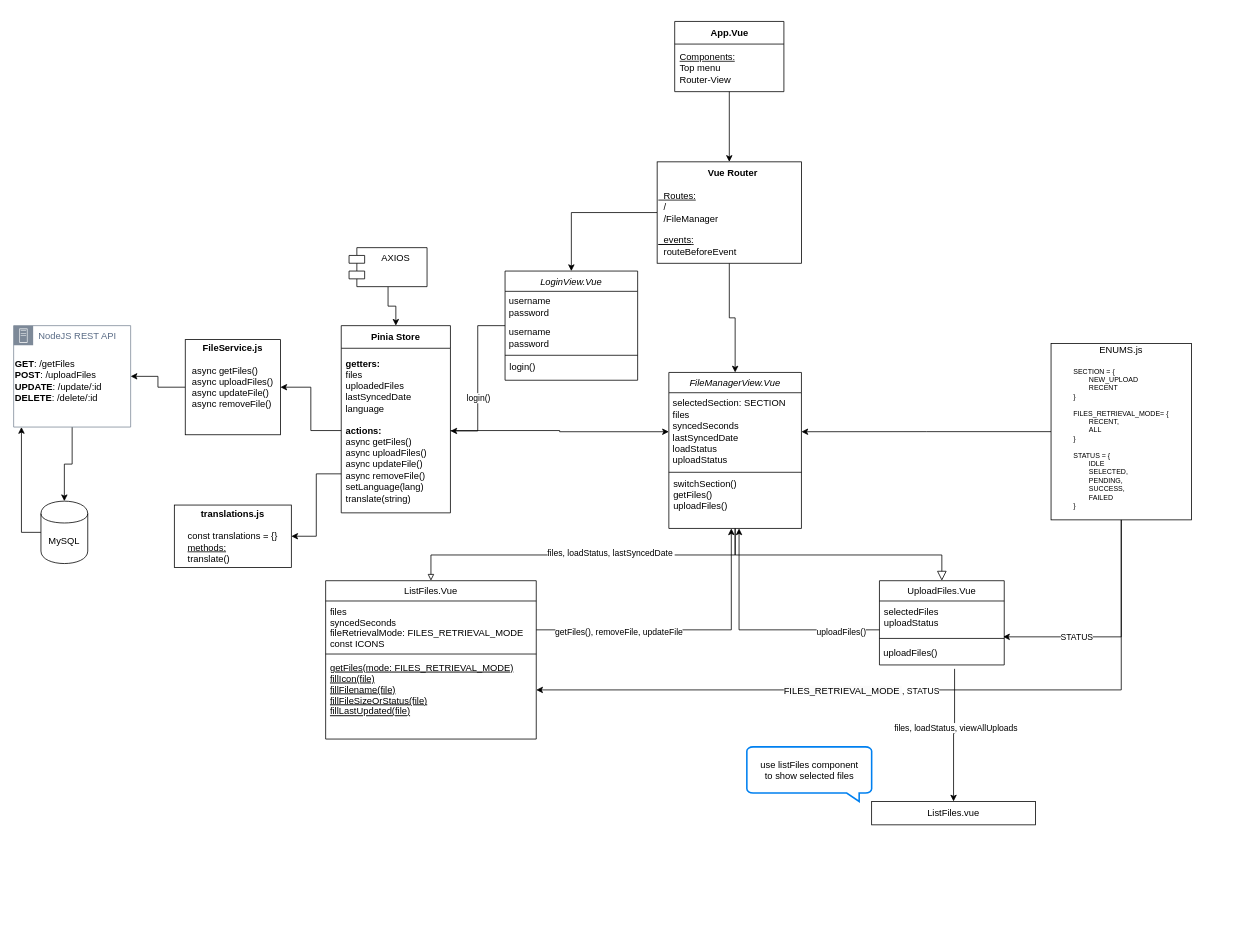
The draw.io diagram Untitled Diagram.drawio in hishamfangs/frontend, before the edit. Source tidied: cells renumbered, new cells numbered last; positions are measured from the earlier drawing's top-left corner, leaving out a move shared by most shapes. Both pictures are drawn from the tidied source at 78%, with x=0, y=0 at pixel (13, 21).
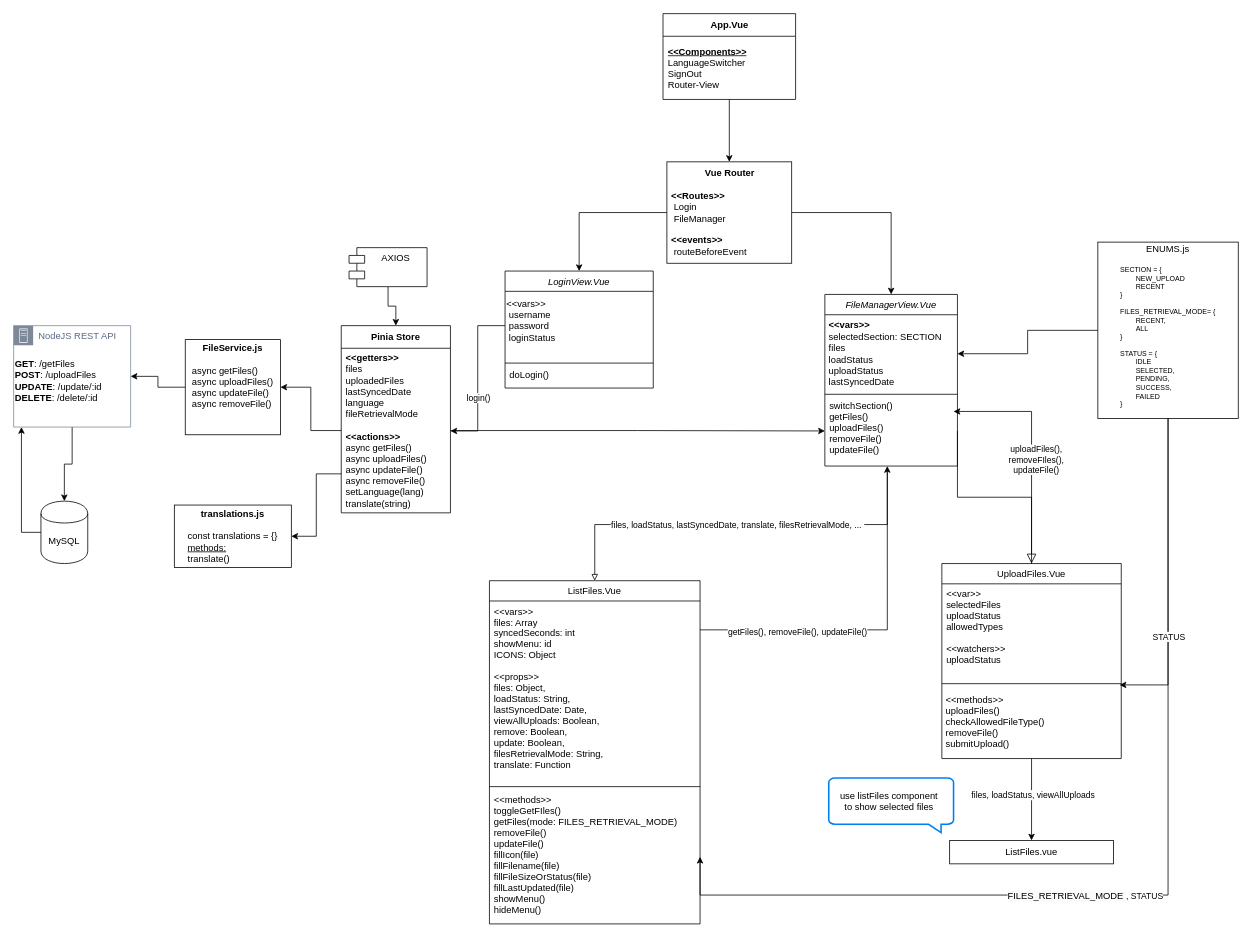
The same diagram, later.

The change refers to these unchanged cells:
```xml
<mxCell id="23" value="Pinia Store" style="swimlane;fontStyle=1;align=center;verticalAlign=middle;horizontal=1;startSize=29;html=1;whiteSpace=wrap;" parent="1" vertex="1">
  <mxGeometry x="420" y="390" width="140" height="240" as="geometry" />
</mxCell>
```

Diff of the diagram source:
```diff
@@
     <mxCell id="2" value="FileManagerView.Vue&#10;&#10;" style="swimlane;fontStyle=2;align=center;verticalAlign=top;horizontal=1;startSize=26;rounded=0;shadow=0;strokeWidth=1;" parent="1" vertex="1">
-      <mxGeometry x="840" y="450" width="170" height="200" as="geometry" />
+      <mxGeometry x="1040" y="350" width="170" height="220" as="geometry" />
     </mxCell>
-    <mxCell id="3" value="&amp;nbsp;selectedSection: SECTION&lt;div&gt;&amp;nbsp;files&lt;/div&gt;&lt;div&gt;&amp;nbsp;syncedSeconds&lt;/div&gt;&lt;div&gt;&amp;nbsp;lastSyncedDate&lt;br&gt;&amp;nbsp;loadStatus&lt;br&gt;&amp;nbsp;uploadStatus&lt;/div&gt;" style="text;html=1;align=left;verticalAlign=middle;points=[];strokeColor=none;fillColor=none;" parent="2" vertex="1">
+    <mxCell id="3" value="&lt;b&gt;&amp;nbsp;&amp;lt;&amp;lt;vars&amp;gt;&amp;gt;&lt;/b&gt;&lt;br&gt;&amp;nbsp;selectedSection: SECTION&lt;div&gt;&amp;nbsp;files&lt;/div&gt;&lt;div&gt;&amp;nbsp;loadStatus&lt;br&gt;&amp;nbsp;uploadStatus&lt;br&gt;&amp;nbsp;lastSyncedDate&lt;br&gt;&lt;/div&gt;" style="text;html=1;align=left;verticalAlign=middle;points=[];strokeColor=none;fillColor=none;" parent="2" vertex="1">
       <mxGeometry y="26" width="170" height="100" as="geometry" />
     </mxCell>
@@
-    <mxCell id="5" value="switchSection()&#10;getFiles()&#10;uploadFiles()&#10;" style="text;align=left;verticalAlign=top;spacingLeft=4;spacingRight=4;overflow=hidden;points=[[0,0.5],[1,0.5]];portConstraint=eastwest;" parent="2" vertex="1">
-      <mxGeometry y="130" width="170" height="70" as="geometry" />
+    <mxCell id="5" value="switchSection()&#10;getFiles()&#10;uploadFiles()&#10;removeFile()&#10;updateFile()&#10;" style="text;align=left;verticalAlign=top;spacingLeft=4;spacingRight=4;overflow=hidden;points=[[0,0.5],[1,0.5]];portConstraint=eastwest;" parent="2" vertex="1">
+      <mxGeometry y="130" width="170" height="90" as="geometry" />
     </mxCell>
     <mxCell id="6" value="ListFiles.Vue" style="swimlane;fontStyle=0;align=center;verticalAlign=top;horizontal=1;startSize=26;rounded=0;shadow=0;strokeWidth=1;" parent="1" vertex="1">
-      <mxGeometry x="400" y="717" width="270" height="203" as="geometry" />
+      <mxGeometry x="610" y="717" width="270" height="440" as="geometry" />
     </mxCell>
-    <mxCell id="7" value="files&#10;syncedSeconds&#10;fileRetrievalMode: FILES_RETRIEVAL_MODE&#10;const ICONS" style="text;align=left;verticalAlign=top;spacingLeft=4;spacingRight=4;overflow=hidden;points=[[0,0.5],[1,0.5]];portConstraint=eastwest;" parent="6" vertex="1">
-      <mxGeometry y="26" width="270" height="64" as="geometry" />
+    <mxCell id="7" value="&lt;&lt;vars&gt;&gt;&#10;files: Array&#10;syncedSeconds: int&#10;showMenu: id&#10;ICONS: Object&#10;&#10;&lt;&lt;props&gt;&gt;&#10;files: Object,&#10;loadStatus: String,&#10;lastSyncedDate: Date,&#10;viewAllUploads: Boolean,&#10;remove: Boolean,&#10;update: Boolean,&#10;filesRetrievalMode: String,&#10;translate: Function&#10;&#10;&#10;" style="text;align=left;verticalAlign=top;spacingLeft=4;spacingRight=4;overflow=hidden;points=[[0,0.5],[1,0.5]];portConstraint=eastwest;fontStyle=0;" parent="6" vertex="1">
+      <mxGeometry y="26" width="270" height="234" as="geometry" />
     </mxCell>
     <mxCell id="8" style="line;html=1;strokeWidth=1;align=left;verticalAlign=middle;spacingTop=-1;spacingLeft=3;spacingRight=3;labelPosition=right;" parent="6" vertex="1">
-      <mxGeometry y="90" width="270" height="8" as="geometry" />
+      <mxGeometry y="260" width="270" height="8" as="geometry" />
     </mxCell>
-    <mxCell id="9" value="getFiles(mode: FILES_RETRIEVAL_MODE)&#10;fillIcon(file)&#10;fillFilename(file)&#10;fillFileSizeOrStatus(file)&#10;fillLastUpdated(file)" style="text;align=left;verticalAlign=top;spacingLeft=4;spacingRight=4;overflow=hidden;points=[[0,0.5],[1,0.5]];portConstraint=eastwest;fontStyle=4;" parent="6" vertex="1">
-      <mxGeometry y="98" width="270" height="84" as="geometry" />
+    <mxCell id="9" value="&lt;&lt;methods&gt;&gt;&#10;toggleGetFIles()&#10;getFiles(mode: FILES_RETRIEVAL_MODE)&#10;removeFile()&#10;updateFile()&#10;fillIcon(file)&#10;fillFilename(file)&#10;fillFileSizeOrStatus(file)&#10;fillLastUpdated(file)&#10;showMenu()&#10;hideMenu()" style="text;align=left;verticalAlign=top;spacingLeft=4;spacingRight=4;overflow=hidden;points=[[0,0.5],[1,0.5]];portConstraint=eastwest;fontStyle=0;" parent="6" vertex="1">
+      <mxGeometry y="268" width="270" height="172" as="geometry" />
     </mxCell>
-    <mxCell id="10" style="endArrow=block;endFill=0;shadow=0;strokeWidth=1;rounded=0;curved=0;edgeStyle=elbowEdgeStyle;elbow=vertical;" parent="1" edge="1" source="2" target="6">
+    <mxCell id="10" style="endArrow=block;endFill=0;shadow=0;strokeWidth=1;rounded=0;curved=0;edgeStyle=elbowEdgeStyle;elbow=vertical;exitX=0.471;exitY=1.033;exitDx=0;exitDy=0;exitPerimeter=0;" parent="1" edge="1" source="5" target="6">
       <mxGeometry relative="1" as="geometry" />
     </mxCell>
-    <mxCell id="11" value="files, loadStatus,&amp;nbsp;lastSyncedDate&amp;nbsp;" style="edgeLabel;html=1;align=center;verticalAlign=middle;" parent="10" vertex="1">
-      <mxGeometry x="-0.15" y="-3" relative="1" as="geometry" />
+    <mxCell id="11" value="files, loadStatus,&amp;nbsp;lastSyncedDate, translate, filesRetrievalMode, ...&amp;nbsp;" style="edgeLabel;html=1;align=center;verticalAlign=middle;" parent="10" vertex="1">
+      <mxGeometry x="-0.15" y="-3" relative="1" as="geometry">
+        <mxPoint x="-44" y="3" as="offset" />
+      </mxGeometry>
     </mxCell>
     <mxCell id="12" value="UploadFiles.Vue" style="swimlane;fontStyle=0;align=center;verticalAlign=top;horizontal=1;startSize=26;rounded=0;shadow=0;strokeWidth=1;" parent="1" vertex="1">
-      <mxGeometry x="1110" y="717" width="160" height="108" as="geometry" />
+      <mxGeometry x="1190" y="695" width="230" height="250" as="geometry" />
     </mxCell>
-    <mxCell id="13" value="selectedFiles&#10;uploadStatus" style="text;align=left;verticalAlign=top;spacingLeft=4;spacingRight=4;overflow=hidden;points=[[0,0.5],[1,0.5]];portConstraint=eastwest;" parent="12" vertex="1">
-      <mxGeometry y="26" width="160" height="44" as="geometry" />
+    <mxCell id="13" value="&lt;&lt;var&gt;&gt;&#10;selectedFiles&#10;uploadStatus&#10;allowedTypes&#10;&#10;&lt;&lt;watchers&gt;&gt;&#10;uploadStatus" style="text;align=left;verticalAlign=top;spacingLeft=4;spacingRight=4;overflow=hidden;points=[[0,0.5],[1,0.5]];portConstraint=eastwest;" parent="12" vertex="1">
+      <mxGeometry y="26" width="230" height="124" as="geometry" />
     </mxCell>
     <mxCell id="14" style="line;html=1;strokeWidth=1;align=left;verticalAlign=middle;spacingTop=-1;spacingLeft=3;spacingRight=3;labelPosition=right;" parent="12" vertex="1">
-      <mxGeometry y="70" width="160" height="8" as="geometry" />
+      <mxGeometry y="150" width="230" height="8" as="geometry" />
     </mxCell>
-    <mxCell id="15" value="&amp;nbsp;uploadFiles()" style="text;html=1;align=left;verticalAlign=middle;points=[];strokeColor=none;fillColor=none;" parent="12" vertex="1">
-      <mxGeometry y="78" width="160" height="30" as="geometry" />
+    <mxCell id="15" value="&amp;nbsp;&amp;lt;&amp;lt;methods&amp;gt;&amp;gt;&lt;br&gt;&amp;nbsp;uploadFiles()&lt;br&gt;&amp;nbsp;checkAllowedFileType()&lt;br&gt;&amp;nbsp;removeFile()&lt;br&gt;&amp;nbsp;submitUpload()" style="text;html=1;align=left;verticalAlign=middle;points=[];strokeColor=none;fillColor=none;" parent="12" vertex="1">
+      <mxGeometry y="158" width="230" height="90" as="geometry" />
     </mxCell>
-    <mxCell id="16" style="endArrow=block;endSize=10;endFill=0;shadow=0;strokeWidth=1;rounded=0;curved=0;edgeStyle=elbowEdgeStyle;elbow=vertical;" parent="1" edge="1" source="2" target="12">
+    <mxCell id="16" style="endArrow=block;endSize=10;endFill=0;shadow=0;strokeWidth=1;rounded=0;curved=0;edgeStyle=elbowEdgeStyle;elbow=vertical;exitX=1;exitY=0.5;exitDx=0;exitDy=0;" parent="1" edge="1" source="5" target="12">
       <mxGeometry relative="1" as="geometry" />
     </mxCell>
@@
     <mxCell id="18" value="App.Vue" style="swimlane;fontStyle=1;align=center;verticalAlign=middle;horizontal=1;startSize=29;html=1;whiteSpace=wrap;" parent="1" vertex="1">
-      <mxGeometry x="847.5" width="140" height="90" as="geometry" />
+      <mxGeometry x="832.5" y="-10" width="170" height="110" as="geometry" />
     </mxCell>
-    <mxCell id="19" value="&lt;u&gt;Components:&lt;br&gt;&lt;/u&gt;Top menu&lt;br&gt;Router-View" style="text;html=1;strokeColor=none;fillColor=none;align=left;verticalAlign=middle;spacingLeft=4;spacingRight=4;overflow=hidden;whiteSpace=wrap;" parent="18" vertex="1">
-      <mxGeometry y="29" width="140" height="61" as="geometry" />
+    <mxCell id="19" value="&lt;u&gt;&lt;b&gt;&amp;lt;&amp;lt;Components&amp;gt;&amp;gt;&lt;/b&gt;&lt;br&gt;&lt;/u&gt;LanguageSwitcher&lt;br&gt;SignOut&lt;br&gt;Router-View" style="text;html=1;strokeColor=none;fillColor=none;align=left;verticalAlign=middle;spacingLeft=4;spacingRight=4;overflow=hidden;whiteSpace=wrap;" parent="18" vertex="1">
+      <mxGeometry y="29" width="170" height="81" as="geometry" />
     </mxCell>
@@
-    <mxCell id="24" value="&lt;b&gt;getters:&lt;/b&gt;&lt;br&gt;files&lt;br&gt;uploadedFiles&lt;br&gt;lastSyncedDate&lt;br&gt;language&lt;br&gt;&lt;br&gt;&lt;b&gt;actions:&lt;/b&gt;&lt;br&gt;async getFiles()&lt;br&gt;&lt;span style=&quot;background-color: initial;&quot;&gt;async&amp;nbsp;uploadFiles()&lt;/span&gt;&lt;br&gt;async&amp;nbsp;updateFile()&lt;br&gt;async removeFile()&lt;div&gt;setLanguage(lang)&lt;br&gt;translate(string)&lt;/div&gt;" style="text;html=1;strokeColor=none;fillColor=none;align=left;verticalAlign=middle;spacingLeft=4;spacingRight=4;overflow=hidden;points=[[0,0.5],[1,0.5]];portConstraint=eastwest;whiteSpace=wrap;" parent="23" vertex="1">
+    <mxCell id="24" value="&lt;b&gt;&amp;lt;&amp;lt;getters&amp;gt;&amp;gt;&lt;/b&gt;&lt;br&gt;files&lt;br&gt;uploadedFiles&lt;br&gt;lastSyncedDate&lt;br&gt;language&lt;br&gt;&lt;span style=&quot;text-wrap: nowrap;&quot;&gt;fileRetrievalMode&lt;/span&gt;&lt;br style=&quot;padding: 0px; margin: 0px; text-wrap: nowrap;&quot;&gt;&lt;br&gt;&lt;b&gt;&amp;lt;&amp;lt;actions&amp;gt;&amp;gt;&lt;/b&gt;&lt;br&gt;async getFiles()&lt;br&gt;&lt;span style=&quot;background-color: initial;&quot;&gt;async&amp;nbsp;uploadFiles()&lt;/span&gt;&lt;br&gt;async&amp;nbsp;updateFile()&lt;br&gt;async removeFile()&lt;div&gt;setLanguage(lang)&lt;br&gt;translate(string)&lt;/div&gt;" style="text;html=1;strokeColor=none;fillColor=none;align=left;verticalAlign=middle;spacingLeft=4;spacingRight=4;overflow=hidden;points=[[0,0.5],[1,0.5]];portConstraint=eastwest;whiteSpace=wrap;" parent="23" vertex="1">
       <mxGeometry y="29" width="140" height="211" as="geometry" />
     </mxCell>
@@
-    <mxCell id="30" style="edgeStyle=orthogonalEdgeStyle;rounded=0;jettySize=auto;html=1;" parent="1" edge="1" source="24" target="3">
+    <mxCell id="30" style="edgeStyle=orthogonalEdgeStyle;rounded=0;jettySize=auto;html=1;" parent="1" edge="1" source="24" target="5">
       <mxGeometry relative="1" as="geometry" />
     </mxCell>
@@
     <mxCell id="32" style="edgeStyle=orthogonalEdgeStyle;rounded=0;jettySize=auto;html=1;entryX=1;entryY=0.5;entryDx=0;entryDy=0;" parent="1" edge="1" source="34" target="9">
-      <mxGeometry relative="1" as="geometry" />
+      <mxGeometry relative="1" as="geometry">
+        <Array as="points">
+          <mxPoint x="1480" y="1120" />
+          <mxPoint x="880" y="1120" />
+        </Array>
+      </mxGeometry>
     </mxCell>
@@
     <mxCell id="34" value="ENUMS.js&lt;br&gt;&lt;br&gt;&lt;div style=&quot;text-align: left; font-size: 9px;&quot;&gt;SECTION = {&lt;br&gt;&lt;span style=&quot;white-space: pre;&quot;&gt;&#9;&lt;/span&gt;NEW_UPLOAD&lt;br&gt;&lt;span style=&quot;white-space: pre;&quot;&gt;&#9;&lt;/span&gt;RECENT&lt;br&gt;}&lt;br&gt;&lt;br&gt;FILES_RETRIEVAL_MODE= {&lt;br&gt;&lt;span style=&quot;white-space: pre;&quot;&gt;&#9;&lt;/span&gt;RECENT,&lt;br&gt;&lt;span style=&quot;white-space: pre;&quot;&gt;&#9;&lt;/span&gt;ALL&lt;br&gt;}&lt;br&gt;&lt;br&gt;STATUS = {&lt;br&gt;&lt;span style=&quot;white-space: pre;&quot;&gt;&#9;&lt;/span&gt;IDLE&lt;br&gt;&lt;span style=&quot;white-space: pre;&quot;&gt;&#9;&lt;/span&gt;SELECTED,&lt;br&gt;&lt;span style=&quot;white-space: pre;&quot;&gt;&#9;&lt;/span&gt;PENDING,&lt;br&gt;&lt;span style=&quot;white-space: pre;&quot;&gt;&#9;&lt;/span&gt;SUCCESS,&lt;br&gt;&lt;span style=&quot;white-space: pre;&quot;&gt;&#9;&lt;/span&gt;FAILED&lt;br&gt;}&lt;br&gt;&lt;br&gt;&lt;/div&gt;" style="rounded=0;whiteSpace=wrap;html=1;" parent="1" vertex="1">
-      <mxGeometry x="1330" y="412.9" width="180" height="226.1" as="geometry" />
+      <mxGeometry x="1390" y="282.9" width="180" height="226.1" as="geometry" />
     </mxCell>
     <mxCell id="35" style="edgeStyle=orthogonalEdgeStyle;rounded=0;jettySize=auto;html=1;entryX=0.471;entryY=1;entryDx=0;entryDy=0;entryPerimeter=0;" parent="1" edge="1" source="7" target="5">
       <mxGeometry relative="1" as="geometry">
         <Array as="points">
-          <mxPoint x="920" y="780" />
+          <mxPoint x="1120" y="780" />
         </Array>
       </mxGeometry>
     </mxCell>
-    <mxCell id="36" value="getFiles(), removeFile, updateFile" style="edgeLabel;html=1;align=center;verticalAlign=middle;" parent="35" vertex="1">
+    <mxCell id="36" value="getFiles(), removeFile(), updateFile()" style="edgeLabel;html=1;align=center;verticalAlign=middle;" parent="35" vertex="1">
       <mxGeometry x="-0.45" y="-2" relative="1" as="geometry" />
     </mxCell>
-    <mxCell id="37" style="edgeStyle=orthogonalEdgeStyle;rounded=0;jettySize=auto;html=1;" parent="1" edge="1" source="13" target="5">
+    <mxCell id="37" style="edgeStyle=orthogonalEdgeStyle;rounded=0;jettySize=auto;html=1;" parent="1" edge="1" source="12">
       <mxGeometry relative="1" as="geometry">
+        <mxPoint x="1205" y="500" as="targetPoint" />
         <Array as="points">
-          <mxPoint x="930" y="780" />
+          <mxPoint x="1305" y="500" />
         </Array>
       </mxGeometry>
     </mxCell>
-    <mxCell id="38" value="uploadFiles()" style="edgeLabel;html=1;align=center;verticalAlign=middle;" parent="37" vertex="1">
-      <mxGeometry x="-0.68" y="2" relative="1" as="geometry" />
+    <mxCell id="38" value="uploadFiles(), &lt;br&gt;removeFIles(), &lt;br&gt;updateFile()" style="edgeLabel;html=1;align=center;verticalAlign=middle;" parent="37" vertex="1">
+      <mxGeometry x="-0.68" y="2" relative="1" as="geometry">
+        <mxPoint x="7" y="-87" as="offset" />
+      </mxGeometry>
     </mxCell>
@@
-    <mxCell id="41" style="edgeStyle=orthogonalEdgeStyle;rounded=0;jettySize=auto;html=1;entryX=0.5;entryY=0;entryDx=0;entryDy=0;exitX=0.602;exitY=1.167;exitDx=0;exitDy=0;exitPerimeter=0;" parent="1" edge="1" source="15" target="47">
+    <mxCell id="41" style="edgeStyle=orthogonalEdgeStyle;rounded=0;jettySize=auto;html=1;entryX=0.5;entryY=0;entryDx=0;entryDy=0;exitX=0.5;exitY=1;exitDx=0;exitDy=0;" parent="1" edge="1" source="12" target="47">
       <mxGeometry relative="1" as="geometry" />
     </mxCell>
@@
     <mxCell id="47" value="ListFiles.vue" style="rounded=0;whiteSpace=wrap;html=1;" parent="1" vertex="1">
-      <mxGeometry x="1100" y="1000" width="210" height="30" as="geometry" />
+      <mxGeometry x="1200" y="1050" width="210" height="30" as="geometry" />
     </mxCell>
     <mxCell id="48" style="html=1;verticalLabelPosition=bottom;align=center;labelBackgroundColor=#ffffff;verticalAlign=top;strokeWidth=2;strokeColor=#0080F0;shadow=0;dashed=0;shape=mxgraph.ios7.icons.message;" parent="1" vertex="1">
-      <mxGeometry x="940" y="930" width="160" height="70" as="geometry" />
+      <mxGeometry x="1045" y="970" width="160" height="70" as="geometry" />
     </mxCell>
     <mxCell id="49" value="&lt;span style=&quot;background-color: rgb(255, 255, 255);&quot;&gt;use listFiles component&lt;/span&gt;&lt;div&gt;to show selected files&lt;/div&gt;" style="text;html=1;align=center;verticalAlign=middle;strokeColor=none;fillColor=none;" parent="1" vertex="1">
-      <mxGeometry x="945" y="940" width="150" height="40" as="geometry" />
+      <mxGeometry x="1047" y="980" width="150" height="40" as="geometry" />
     </mxCell>
@@
     <mxCell id="52" value="LoginView.Vue&#10;&#10;" style="swimlane;fontStyle=2;align=center;verticalAlign=top;horizontal=1;startSize=26;rounded=0;shadow=0;strokeWidth=1;" parent="1" vertex="1">
-      <mxGeometry x="630" y="320" width="170" height="140" as="geometry" />
+      <mxGeometry x="630" y="320" width="190" height="150" as="geometry" />
     </mxCell>
-    <mxCell id="53" value="&amp;nbsp;username&lt;br&gt;&amp;nbsp;password" style="text;html=1;align=left;verticalAlign=middle;strokeColor=none;fillColor=none;" parent="52" vertex="1">
-      <mxGeometry y="26" width="170" height="40" as="geometry" />
+    <mxCell id="53" value="&amp;lt;&amp;lt;vars&amp;gt;&amp;gt;&lt;br&gt;&amp;nbsp;username&lt;br&gt;&amp;nbsp;password&lt;br&gt;&amp;nbsp;loginStatus&lt;div&gt;&lt;br&gt;&lt;/div&gt;" style="text;html=1;align=left;verticalAlign=middle;strokeColor=none;fillColor=none;" parent="52" vertex="1">
+      <mxGeometry y="26" width="190" height="90" as="geometry" />
     </mxCell>
-    <mxCell id="54" value="&amp;nbsp;username&lt;br&gt;&amp;nbsp;password" style="text;html=1;align=left;verticalAlign=middle;strokeColor=none;fillColor=none;" parent="52" vertex="1">
-      <mxGeometry y="66" width="170" height="40" as="geometry" />
-    </mxCell>
     <mxCell id="55" value="&lt;div&gt;&lt;br&gt;&lt;/div&gt;" style="line;html=1;strokeWidth=1;align=left;verticalAlign=middle;spacingTop=-1;spacingLeft=3;spacingRight=3;labelPosition=right;" parent="52" vertex="1">
-      <mxGeometry y="106" width="170" height="4" as="geometry" />
+      <mxGeometry y="116" width="190" height="4" as="geometry" />
     </mxCell>
-    <mxCell id="56" value="login()" style="text;align=left;verticalAlign=top;spacingLeft=4;spacingRight=4;overflow=hidden;" parent="52" vertex="1">
-      <mxGeometry y="110" width="170" height="30" as="geometry" />
+    <mxCell id="56" value="doLogin()" style="text;align=left;verticalAlign=top;spacingLeft=4;spacingRight=4;overflow=hidden;" parent="52" vertex="1">
+      <mxGeometry y="120" width="190" height="30" as="geometry" />
     </mxCell>
@@
-    <mxCell id="59" value="&lt;div style=&quot;text-align: center;&quot;&gt;&lt;b&gt;&amp;nbsp; &amp;nbsp; &amp;nbsp; &amp;nbsp; &amp;nbsp; &amp;nbsp; &amp;nbsp; &amp;nbsp; &amp;nbsp; &amp;nbsp;Vue Router&lt;/b&gt;&lt;/div&gt;&lt;div style=&quot;&quot;&gt;&lt;b&gt;&lt;br&gt;&lt;/b&gt;&lt;/div&gt;&lt;div style=&quot;&quot;&gt;&lt;div style=&quot;&quot;&gt;&lt;u style=&quot;background-color: initial;&quot;&gt;&amp;nbsp; Routes:&lt;/u&gt;&lt;/div&gt;&lt;span style=&quot;background-color: initial;&quot;&gt;&lt;div style=&quot;&quot;&gt;&lt;span style=&quot;background-color: initial;&quot;&gt;&amp;nbsp; /&lt;/span&gt;&lt;/div&gt;&lt;/span&gt;&lt;/div&gt;&lt;div style=&quot;&quot;&gt;&lt;div style=&quot;&quot;&gt;&lt;span style=&quot;background-color: initial;&quot;&gt;&amp;nbsp; /FileManager&lt;/span&gt;&lt;/div&gt;&lt;span style=&quot;background-color: initial;&quot;&gt;&lt;div style=&quot;&quot;&gt;&lt;br&gt;&lt;/div&gt;&lt;u&gt;&lt;div style=&quot;&quot;&gt;&lt;u style=&quot;background-color: initial;&quot;&gt;&amp;nbsp; events&lt;/u&gt;&lt;span style=&quot;background-color: initial;&quot;&gt;:&lt;/span&gt;&lt;/div&gt;&lt;/u&gt;&lt;div style=&quot;&quot;&gt;&lt;span style=&quot;background-color: initial;&quot;&gt;&amp;nbsp; routeBeforeEvent&lt;/span&gt;&lt;/div&gt;&lt;/span&gt;&lt;/div&gt;" style="rounded=0;whiteSpace=wrap;html=1;align=left;" parent="1" vertex="1">
-      <mxGeometry x="825" y="180" width="185" height="130" as="geometry" />
+    <mxCell id="59" value="&lt;div style=&quot;text-align: center;&quot;&gt;&lt;b&gt;&amp;nbsp; &amp;nbsp; &amp;nbsp; &amp;nbsp; &amp;nbsp; &amp;nbsp; &amp;nbsp; Vue Router&lt;/b&gt;&lt;/div&gt;&lt;div style=&quot;&quot;&gt;&lt;b&gt;&lt;br&gt;&lt;/b&gt;&lt;/div&gt;&lt;div style=&quot;&quot;&gt;&lt;div style=&quot;&quot;&gt;&lt;b&gt;&amp;nbsp;&amp;lt;&amp;lt;Routes&amp;gt;&amp;gt;&lt;/b&gt;&lt;/div&gt;&lt;span style=&quot;background-color: initial;&quot;&gt;&lt;div style=&quot;&quot;&gt;&lt;span style=&quot;background-color: initial;&quot;&gt;&amp;nbsp; Login&lt;/span&gt;&lt;/div&gt;&lt;/span&gt;&lt;/div&gt;&lt;div style=&quot;&quot;&gt;&lt;div style=&quot;&quot;&gt;&lt;span style=&quot;background-color: initial;&quot;&gt;&amp;nbsp; FileManager&lt;/span&gt;&lt;/div&gt;&lt;span style=&quot;background-color: initial;&quot;&gt;&lt;div style=&quot;&quot;&gt;&lt;br&gt;&lt;/div&gt;&lt;div style=&quot;&quot;&gt;&amp;nbsp;&lt;b&gt;&amp;lt;&amp;lt;events&amp;gt;&amp;gt;&lt;/b&gt;&lt;/div&gt;&lt;div style=&quot;&quot;&gt;&lt;span style=&quot;background-color: initial;&quot;&gt;&amp;nbsp; routeBeforeEvent&lt;/span&gt;&lt;/div&gt;&lt;/span&gt;&lt;/div&gt;" style="rounded=0;whiteSpace=wrap;html=1;align=left;" parent="1" vertex="1">
+      <mxGeometry x="837.5" y="180" width="160" height="130" as="geometry" />
     </mxCell>
```
